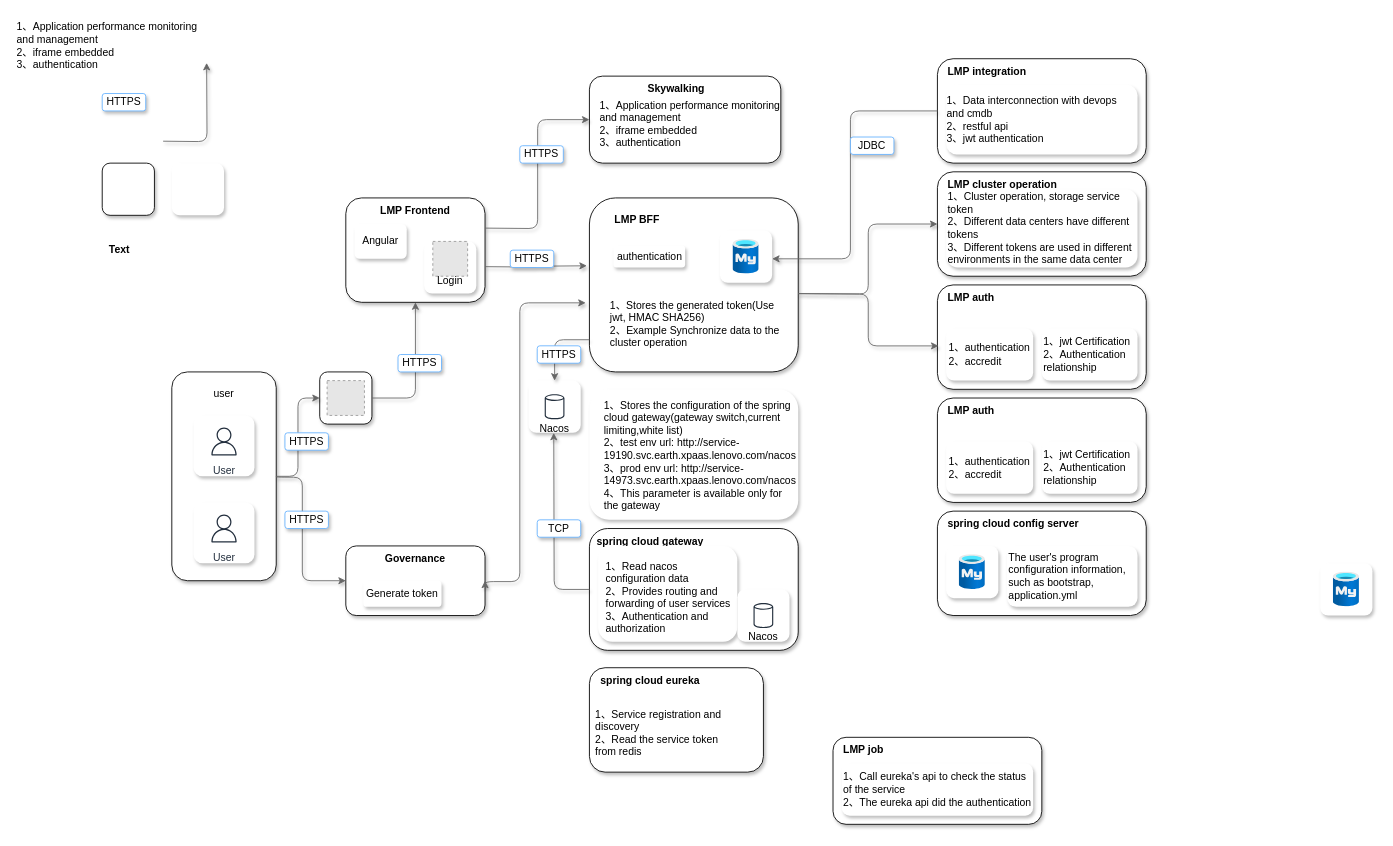
Before: ssrb-xcloud lmp.drawio in zhouziqian/draw, a draw.io diagram. Source tidied: cells renumbered, new cells numbered last; positions are measured from the earlier drawing's top-left corner, leaving out a move shared by most shapes. Both pictures are drawn from the tidied source at 87%, with x=0, y=0 at pixel (15, 15). Pictures stored in the file or linked from it are replaced by grey dashed boxes.
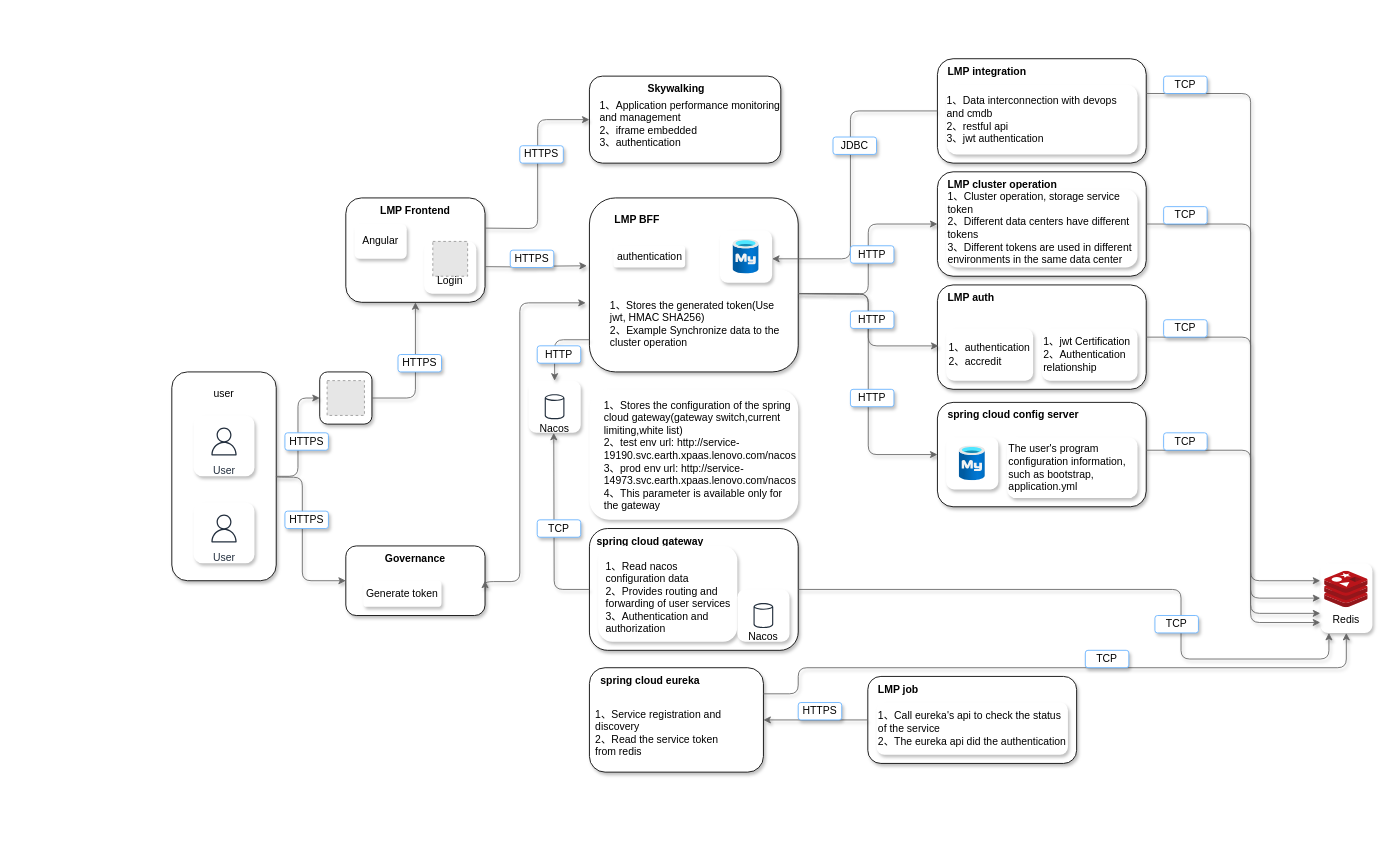
The same page after the edit.

Unchanged cells that the change refers to:
```xml
<mxCell id="44" style="rounded=1;whiteSpace=wrap;html=1;shadow=1;" parent="43" vertex="1">
  <mxGeometry width="240" height="140" as="geometry" />
</mxCell>
<mxCell id="53" style="rounded=1;whiteSpace=wrap;html=1;shadow=1;" parent="52" vertex="1">
  <mxGeometry width="200" height="120" as="geometry" />
</mxCell>
<mxCell id="57" style="rounded=1;whiteSpace=wrap;html=1;shadow=1;" parent="56" vertex="1">
  <mxGeometry width="240" height="100" as="geometry" />
</mxCell>
<mxCell id="67" style="rounded=1;whiteSpace=wrap;html=1;shadow=1;" parent="66" vertex="1">
  <mxGeometry width="240" height="120" as="geometry" />
</mxCell>
<mxCell id="78" style="rounded=1;whiteSpace=wrap;html=1;shadow=1;" parent="77" vertex="1">
  <mxGeometry width="240" height="120" as="geometry" />
</mxCell>
<mxCell id="83" style="rounded=1;whiteSpace=wrap;html=1;shadow=1;" parent="82" vertex="1">
  <mxGeometry width="240" height="120" as="geometry" />
</mxCell>
<mxCell id="87" style="rounded=1;whiteSpace=wrap;html=1;shadow=1;" parent="86" vertex="1">
  <mxGeometry width="240" height="120" as="geometry" />
</mxCell>
```

The edit, as a diff of the source:
```diff
@@
     <mxCell id="56" style="group;" parent="1" vertex="1">
-      <mxGeometry x="940" y="830" width="240" height="100" as="geometry" />
+      <mxGeometry x="980" y="760" width="240" height="100" as="geometry" />
     </mxCell>
@@
-    <mxCell id="60" style="rounded=1;whiteSpace=wrap;html=1;shadow=1;" parent="1" vertex="1">
-      <mxGeometry x="100" y="170" width="60" height="60" as="geometry" />
-    </mxCell>
-    <mxCell id="61" value="HTTPS" style="rounded=1;whiteSpace=wrap;html=1;strokeColor=#66B2FF;shadow=1;" parent="1" vertex="1">
-      <mxGeometry x="100" y="90" width="50" height="20" as="geometry" />
-    </mxCell>
-    <mxCell id="62" style="edgeStyle=orthogonalEdgeStyle;rounded=1;orthogonalLoop=1;jettySize=auto;html=1;exitX=1;exitY=0.5;exitDx=0;exitDy=0;entryX=0;entryY=0.5;entryDx=0;entryDy=0;shadow=1;strokeColor=#666666;curved=0;fillColor=#f5f5f5;" parent="1" edge="1">
+    <mxCell id="62" style="edgeStyle=orthogonalEdgeStyle;rounded=1;jettySize=auto;html=1;exitX=1;exitY=0.5;exitDx=0;exitDy=0;entryX=0;entryY=0.5;entryDx=0;entryDy=0;shadow=1;strokeColor=#666666;curved=0;fillColor=#f5f5f5;" parent="1" edge="1" target="67">
       <mxGeometry relative="1" as="geometry">
-        <mxPoint x="170" y="144.8" as="sourcePoint" />
-        <mxPoint x="220" y="54.8" as="targetPoint" />
+        <mxPoint x="900" y="320" as="sourcePoint" />
       </mxGeometry>
     </mxCell>
-    <mxCell id="63" value="Text" style="text;html=1;align=center;verticalAlign=middle;whiteSpace=wrap;rounded=0;fontStyle=1;" parent="1" vertex="1">
-      <mxGeometry x="90" y="255" width="60" height="30" as="geometry" />
-    </mxCell>
-    <mxCell id="64" value="1、Application performance monitoring and management&lt;div&gt;2、&lt;span style=&quot;background-color: initial;&quot;&gt;iframe embedded&lt;/span&gt;&lt;/div&gt;&lt;div&gt;&lt;span style=&quot;background-color: initial;&quot;&gt;3、&lt;/span&gt;&lt;span style=&quot;background-color: initial;&quot;&gt;authentication&lt;/span&gt;&lt;/div&gt;&lt;div&gt;&lt;span style=&quot;background-color: initial;&quot;&gt;&lt;br&gt;&lt;/span&gt;&lt;/div&gt;" style="text;html=1;align=left;verticalAlign=top;whiteSpace=wrap;rounded=0;" parent="1" vertex="1">
-      <mxGeometry width="210" height="80" as="geometry" />
-    </mxCell>
-    <mxCell id="65" style="rounded=1;whiteSpace=wrap;html=1;shadow=1;strokeColor=none;" parent="1" vertex="1">
-      <mxGeometry x="180" y="170" width="60" height="60" as="geometry" />
-    </mxCell>
     <mxCell id="66" style="group;" parent="1" vertex="1">
-      <mxGeometry x="1060" y="570" width="240" height="120" as="geometry" />
+      <mxGeometry x="1060" y="445" width="240" height="120" as="geometry" />
     </mxCell>
@@
-    <mxCell id="72" style="group;" parent="1" vertex="1">
-      <mxGeometry x="1060" y="440" width="240" height="120" as="geometry" />
-    </mxCell>
-    <mxCell id="73" style="rounded=1;whiteSpace=wrap;html=1;shadow=1;" parent="72" vertex="1">
-      <mxGeometry width="240" height="120" as="geometry" />
-    </mxCell>
-    <mxCell id="74" value="&amp;nbsp; &amp;nbsp;LMP auth" style="text;html=1;align=left;verticalAlign=middle;whiteSpace=wrap;rounded=0;fontStyle=1;" parent="72" vertex="1">
-      <mxGeometry width="170" height="30" as="geometry" />
-    </mxCell>
-    <mxCell id="75" value="&lt;div style=&quot;text-align: left;&quot;&gt;&lt;span style=&quot;background-color: initial;&quot;&gt;1、authentication&lt;/span&gt;&lt;/div&gt;&lt;div style=&quot;text-align: left;&quot;&gt;2、accredit&lt;/div&gt;" style="rounded=1;whiteSpace=wrap;html=1;shadow=1;strokeColor=none;" parent="72" vertex="1">
-      <mxGeometry x="10" y="50" width="100" height="60" as="geometry" />
-    </mxCell>
-    <mxCell id="76" value="1、jwt Certification&lt;div&gt;2、Authentication relationship&lt;/div&gt;" style="rounded=1;whiteSpace=wrap;html=1;shadow=1;strokeColor=none;align=left;" parent="72" vertex="1">
-      <mxGeometry x="120" y="50" width="110" height="60" as="geometry" />
-    </mxCell>
@@
     <mxCell id="90" style="rounded=1;whiteSpace=wrap;html=1;shadow=1;strokeColor=none;" parent="1" vertex="1">
-      <mxGeometry x="1500" y="630" width="60" height="60" as="geometry" />
+      <mxGeometry x="1500" y="630" width="60" height="80" as="geometry" />
     </mxCell>
-    <mxCell id="91" style="image;html=1;align=center;fontSize=12;image=img/lib/azure2/databases/Azure_Database_MySQL_Server.svg;" parent="1" vertex="1">
-      <mxGeometry x="1515" y="640" width="30" height="40" as="geometry" />
-    </mxCell>
@@
-    <mxCell id="103" value="HTTPS" style="rounded=1;whiteSpace=wrap;html=1;strokeColor=#66B2FF;shadow=1;" parent="1" vertex="1">
+    <mxCell id="103" value="HTTP" style="rounded=1;whiteSpace=wrap;html=1;strokeColor=#66B2FF;shadow=1;" parent="1" vertex="1">
       <mxGeometry x="600" y="380" width="50" height="20" as="geometry" />
     </mxCell>
@@
     <mxCell id="105" value="JDBC" style="rounded=1;whiteSpace=wrap;html=1;strokeColor=#66B2FF;shadow=1;" parent="1" vertex="1">
-      <mxGeometry x="960" y="140" width="50" height="20" as="geometry" />
+      <mxGeometry x="940" y="140" width="50" height="20" as="geometry" />
     </mxCell>
@@
+    <mxCell id="108" value="HTTP" style="rounded=1;whiteSpace=wrap;html=1;strokeColor=#66B2FF;shadow=1;" parent="1" vertex="1">
+      <mxGeometry x="960" y="265" width="50" height="20" as="geometry" />
+    </mxCell>
+    <mxCell id="109" value="HTTP" style="rounded=1;whiteSpace=wrap;html=1;strokeColor=#66B2FF;shadow=1;" parent="1" vertex="1">
+      <mxGeometry x="960" y="340" width="50" height="20" as="geometry" />
+    </mxCell>
+    <mxCell id="110" style="image;sketch=0;html=1;align=center;fontSize=12;image=img/lib/mscae/Cache_Redis_Product.svg;" parent="1" vertex="1">
+      <mxGeometry x="1505" y="639" width="50" height="42" as="geometry" />
+    </mxCell>
+    <mxCell id="111" value="Redis" style="text;html=1;align=center;verticalAlign=middle;whiteSpace=wrap;rounded=0;" parent="1" vertex="1">
+      <mxGeometry x="1500" y="680" width="60" height="30" as="geometry" />
+    </mxCell>
+    <mxCell id="112" value="HTTP" style="rounded=1;whiteSpace=wrap;html=1;strokeColor=#66B2FF;shadow=1;" parent="1" vertex="1">
+      <mxGeometry x="960" y="430" width="50" height="20" as="geometry" />
+    </mxCell>
+    <mxCell id="113" style="edgeStyle=orthogonalEdgeStyle;rounded=1;jettySize=auto;html=1;exitX=0;exitY=0.5;exitDx=0;exitDy=0;entryX=1;entryY=0.5;entryDx=0;entryDy=0;shadow=1;strokeColor=#666666;curved=0;fillColor=#f5f5f5;" parent="1" edge="1" source="57" target="53">
+      <mxGeometry relative="1" as="geometry" />
+    </mxCell>
+    <mxCell id="61" value="HTTPS" style="rounded=1;whiteSpace=wrap;html=1;strokeColor=#66B2FF;shadow=1;" parent="1" vertex="1">
+      <mxGeometry x="900" y="790" width="50" height="20" as="geometry" />
+    </mxCell>
+    <mxCell id="114" style="edgeStyle=orthogonalEdgeStyle;rounded=1;jettySize=auto;html=1;exitX=1;exitY=0.333;exitDx=0;exitDy=0;entryX=0;entryY=0.25;entryDx=0;entryDy=0;shadow=1;strokeColor=#666666;curved=0;fillColor=#f5f5f5;exitPerimeter=0;" parent="1" edge="1" source="87" target="90">
+      <mxGeometry relative="1" as="geometry">
+        <Array as="points">
+          <mxPoint x="1420" y="90" />
+          <mxPoint x="1420" y="650" />
+        </Array>
+      </mxGeometry>
+    </mxCell>
+    <mxCell id="115" style="edgeStyle=orthogonalEdgeStyle;rounded=1;jettySize=auto;html=1;exitX=1;exitY=0.5;exitDx=0;exitDy=0;entryX=0;entryY=0.5;entryDx=0;entryDy=0;shadow=1;strokeColor=#666666;curved=0;fillColor=#f5f5f5;" parent="1" edge="1" source="83" target="90">
+      <mxGeometry relative="1" as="geometry">
+        <Array as="points">
+          <mxPoint x="1420" y="240" />
+          <mxPoint x="1420" y="670" />
+        </Array>
+      </mxGeometry>
+    </mxCell>
+    <mxCell id="116" style="edgeStyle=orthogonalEdgeStyle;rounded=1;jettySize=auto;html=1;exitX=1;exitY=0.5;exitDx=0;exitDy=0;entryX=0;entryY=0.25;entryDx=0;entryDy=0;shadow=1;strokeColor=#666666;curved=0;fillColor=#f5f5f5;" parent="1" edge="1" source="78" target="111">
+      <mxGeometry relative="1" as="geometry">
+        <Array as="points">
+          <mxPoint x="1420" y="370" />
+          <mxPoint x="1420" y="688" />
+        </Array>
+      </mxGeometry>
+    </mxCell>
+    <mxCell id="117" style="edgeStyle=orthogonalEdgeStyle;rounded=1;orthogonalLoop=1;jettySize=auto;html=1;shadow=1;strokeColor=#666666;curved=0;fillColor=#f5f5f5;" parent="1" edge="1">
+      <mxGeometry relative="1" as="geometry">
+        <mxPoint x="1300" y="500" as="sourcePoint" />
+        <mxPoint x="1500" y="698" as="targetPoint" />
+        <Array as="points">
+          <mxPoint x="1300" y="500" />
+          <mxPoint x="1420" y="500" />
+          <mxPoint x="1420" y="698" />
+        </Array>
+      </mxGeometry>
+    </mxCell>
+    <mxCell id="118" style="edgeStyle=orthogonalEdgeStyle;rounded=1;jettySize=auto;html=1;exitX=1;exitY=0.5;exitDx=0;exitDy=0;shadow=1;strokeColor=#666666;curved=0;fillColor=#f5f5f5;" parent="1" edge="1" source="44">
+      <mxGeometry relative="1" as="geometry">
+        <mxPoint x="1510" y="710" as="targetPoint" />
+        <Array as="points">
+          <mxPoint x="1340" y="660" />
+          <mxPoint x="1340" y="740" />
+          <mxPoint x="1510" y="740" />
+          <mxPoint x="1510" y="710" />
+        </Array>
+      </mxGeometry>
+    </mxCell>
+    <mxCell id="119" style="edgeStyle=orthogonalEdgeStyle;rounded=1;jettySize=auto;html=1;exitX=1;exitY=0.25;exitDx=0;exitDy=0;shadow=1;strokeColor=#666666;curved=0;fillColor=#f5f5f5;entryX=0.5;entryY=1;entryDx=0;entryDy=0;" parent="1" edge="1" source="53" target="111">
+      <mxGeometry relative="1" as="geometry">
+        <Array as="points">
+          <mxPoint x="900" y="780" />
+          <mxPoint x="900" y="750" />
+          <mxPoint x="1530" y="750" />
+        </Array>
+      </mxGeometry>
+    </mxCell>
+    <mxCell id="120" value="TCP" style="rounded=1;whiteSpace=wrap;html=1;strokeColor=#66B2FF;shadow=1;" parent="1" vertex="1">
+      <mxGeometry x="1310" y="690" width="50" height="20" as="geometry" />
+    </mxCell>
+    <mxCell id="121" value="TCP" style="rounded=1;whiteSpace=wrap;html=1;strokeColor=#66B2FF;shadow=1;" parent="1" vertex="1">
+      <mxGeometry x="1230" y="730" width="50" height="20" as="geometry" />
+    </mxCell>
+    <mxCell id="122" value="TCP" style="rounded=1;whiteSpace=wrap;html=1;strokeColor=#66B2FF;shadow=1;" parent="1" vertex="1">
+      <mxGeometry x="1320" y="480" width="50" height="20" as="geometry" />
+    </mxCell>
+    <mxCell id="123" value="TCP" style="rounded=1;whiteSpace=wrap;html=1;strokeColor=#66B2FF;shadow=1;" parent="1" vertex="1">
+      <mxGeometry x="1320" y="350" width="50" height="20" as="geometry" />
+    </mxCell>
+    <mxCell id="124" value="TCP" style="rounded=1;whiteSpace=wrap;html=1;strokeColor=#66B2FF;shadow=1;" parent="1" vertex="1">
+      <mxGeometry x="1320" y="220" width="50" height="20" as="geometry" />
+    </mxCell>
+    <mxCell id="125" value="TCP" style="rounded=1;whiteSpace=wrap;html=1;strokeColor=#66B2FF;shadow=1;" parent="1" vertex="1">
+      <mxGeometry x="1320" y="70" width="50" height="20" as="geometry" />
+    </mxCell>
```
